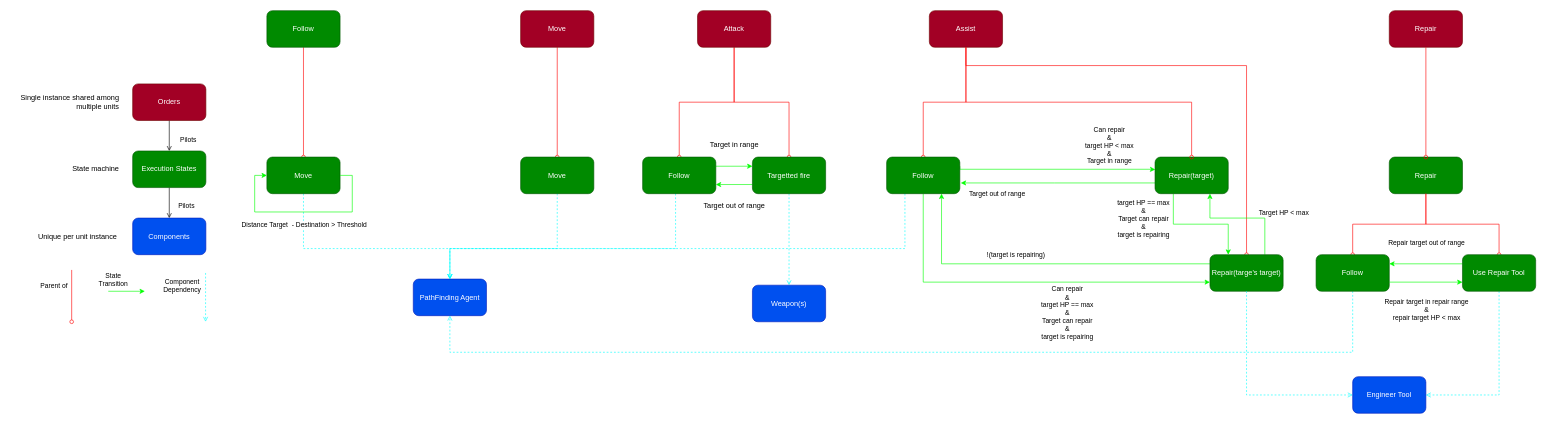
This is Design/Orders.drawio from Billyblbl/rts-jam, a draw.io file, before an edit. Source tidied: cells renumbered, new cells numbered last; positions are measured from the earlier drawing's top-left corner, leaving out a move shared by most shapes. Both pictures are drawn from the tidied source at 61%, with x=0, y=0 at pixel (10, 10).
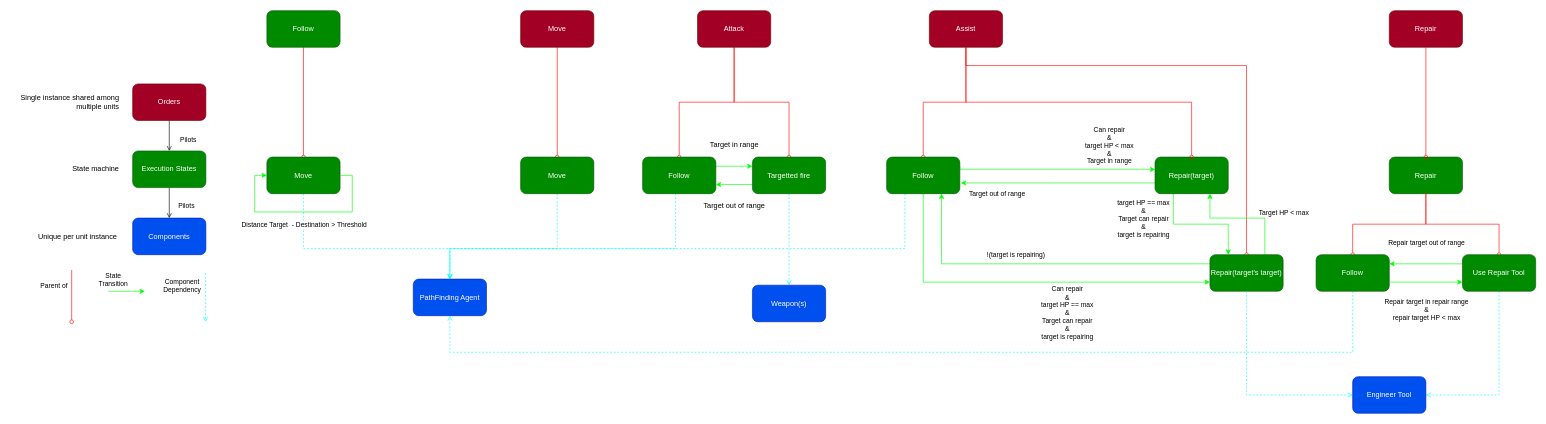
The same diagram, later.

Change to the diagram source:
```diff
@@
-    <mxCell id="52" value="Repair(targe's target)" style="rounded=1;whiteSpace=wrap;html=1;fillColor=#008a00;fontColor=#ffffff;strokeColor=#005700;" parent="1" vertex="1">
+    <mxCell id="52" value="Repair(target's target)" style="rounded=1;whiteSpace=wrap;html=1;fillColor=#008a00;fontColor=#ffffff;strokeColor=#005700;" parent="1" vertex="1">
       <mxGeometry x="1966" y="400" width="120" height="60" as="geometry" />
     </mxCell>
```
